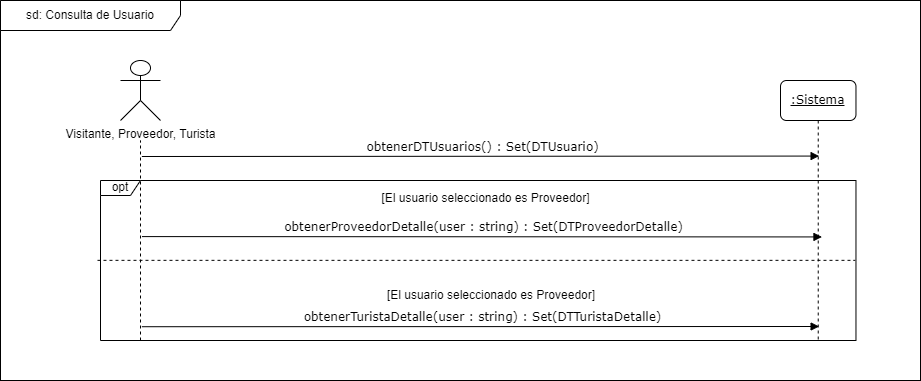
Before: docs/Iteración 2/Análisis/DSS Servidor web/Consulta de Usuario.png, a diagram exported from draw.io (FacundoDiaz00/Taller-de-Programaci-n). Source tidied: cells renumbered, new cells last; positions are measured from the earlier drawing's top-left corner, leaving out a move shared by most shapes.
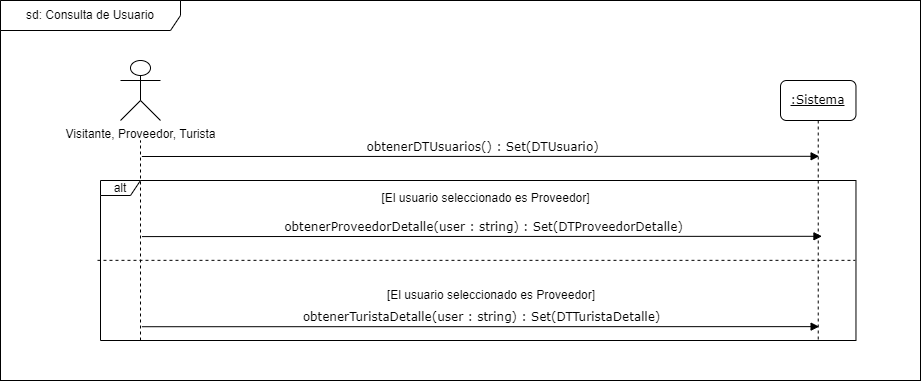
After the change.

Commit message:
pequeña correción

What changed in the source:
```diff
@@ -8,7 +8,7 @@
     <mxCell id="3" value="sd:&amp;nbsp;Consulta de Usuario" style="shape=umlFrame;whiteSpace=wrap;html=1;width=180;height=30;" parent="1" vertex="1">
       <mxGeometry width="920" height="380" as="geometry" />
     </mxCell>
-    <mxCell id="4" value="opt" style="shape=umlFrame;whiteSpace=wrap;html=1;width=40;height=15;" parent="1" vertex="1">
+    <mxCell id="4" value="alt" style="shape=umlFrame;whiteSpace=wrap;html=1;width=40;height=15;" parent="1" vertex="1">
       <mxGeometry x="100" y="180" width="755.5" height="160" as="geometry" />
     </mxCell>
     <mxCell id="5" value="Visitante, Proveedor, Turista&lt;br&gt;" style="shape=umlActor;verticalLabelPosition=bottom;verticalAlign=top;html=1;rounded=1;" parent="1" vertex="1">
```
